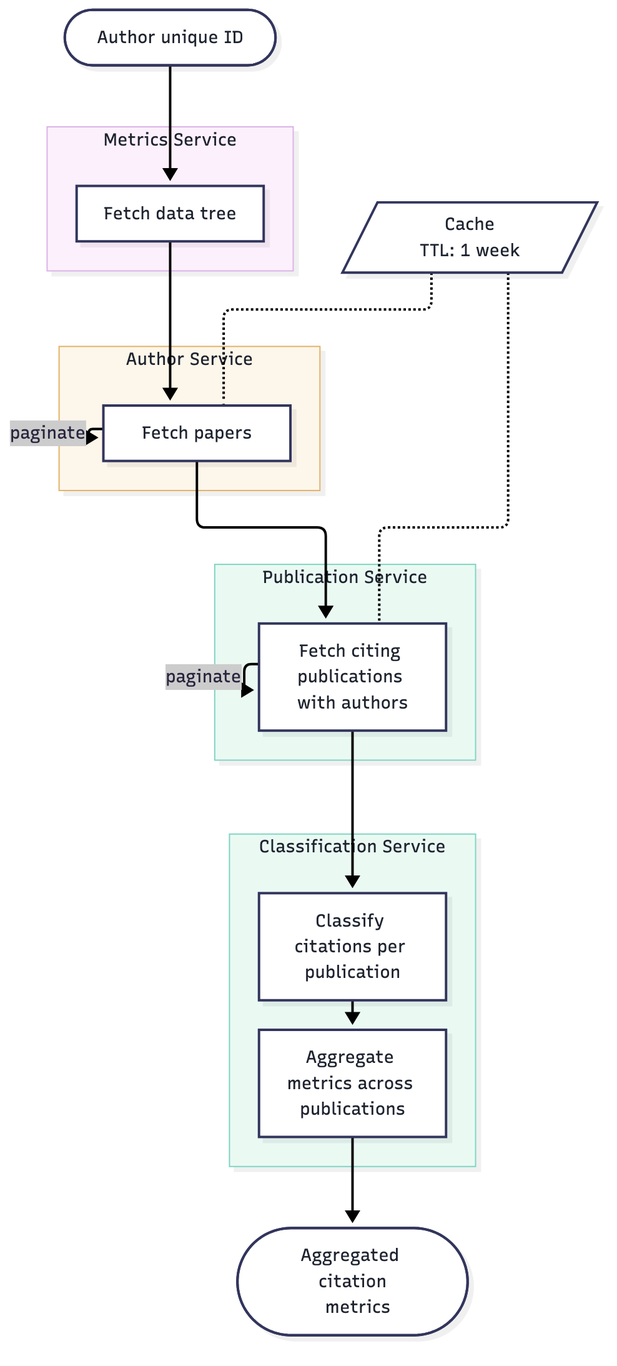
Earlier version of the Mermaid export docs/tex/include/fig-classification-flowchart-diagram.png (esaounkine/uop-thesis). Its source is kept beside it as docs/diagrams/fig-classification-flowchart-diagram.mmd.
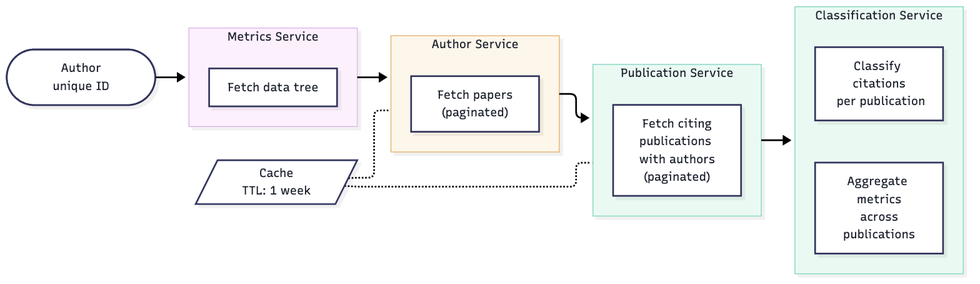
Later version of the same file.

Diff of the diagram source:
```diff
@@ -1,35 +1,33 @@
-flowchart TD
-    START(["Author unique ID"]) --> A1
+%%{init: {"flowchart": {"rankSpacing": 30, "padding": 10}} }%%
+flowchart LR
+    START(["Author<br/>unique ID"]) --> MS1
 
     subgraph MS1["Metrics Service"]
       A1["Fetch data tree"]
     end
 
-    subgraph CS1["Classification Service"]
-      D1["Classify citations per publication"]
-      D2["Aggregate metrics across publications"]
-    end
-
     subgraph AS["Author Service"]
-
-      B3["Fetch papers"] -- paginate --> B3
-
+      B3["Fetch papers<br/>(paginated)"]
     end
 
     subgraph PS["Publication Service"]
-      C1["Fetch citing publications with authors"] -- paginate --> C1
+      C1["Fetch citing<br/>publications with authors<br/>(paginated)"]
+    end
+
+    subgraph CS1["Classification Service"]
+      D1["Classify citations<br/> per publication"]
+      D2["Aggregate metrics<br/> across publications"]
     end
 
     N1[/"Cache<br/>TTL: 1 week"/]
 
-    A1 --> B3 --> C1 --> D1 --> D2 --> END(["Aggregated citation
-  metrics"])
+    MS1 --> AS --> PS --> CS1
 
-    N1 -.- B3
-    N1 -.- C1
+    N1 -.- AS
+    N1 -.- PS
 
     classDef plain fill:#ffffff,stroke:#33365c,stroke-width:2px,color:#1f2430
-    class A1,B3,C1,D1,D2,START,END,N1 plain
+    class A1,B3,C1,D1,D2,START,N1 plain
     style MS1 fill:#fdf0fd,stroke:#d9b3e6,color:#1f2430
     style AS fill:#fdf6ea,stroke:#e0b36a,color:#1f2430
     style PS fill:#eafaf3,stroke:#7fd4c1,color:#1f2430
```
